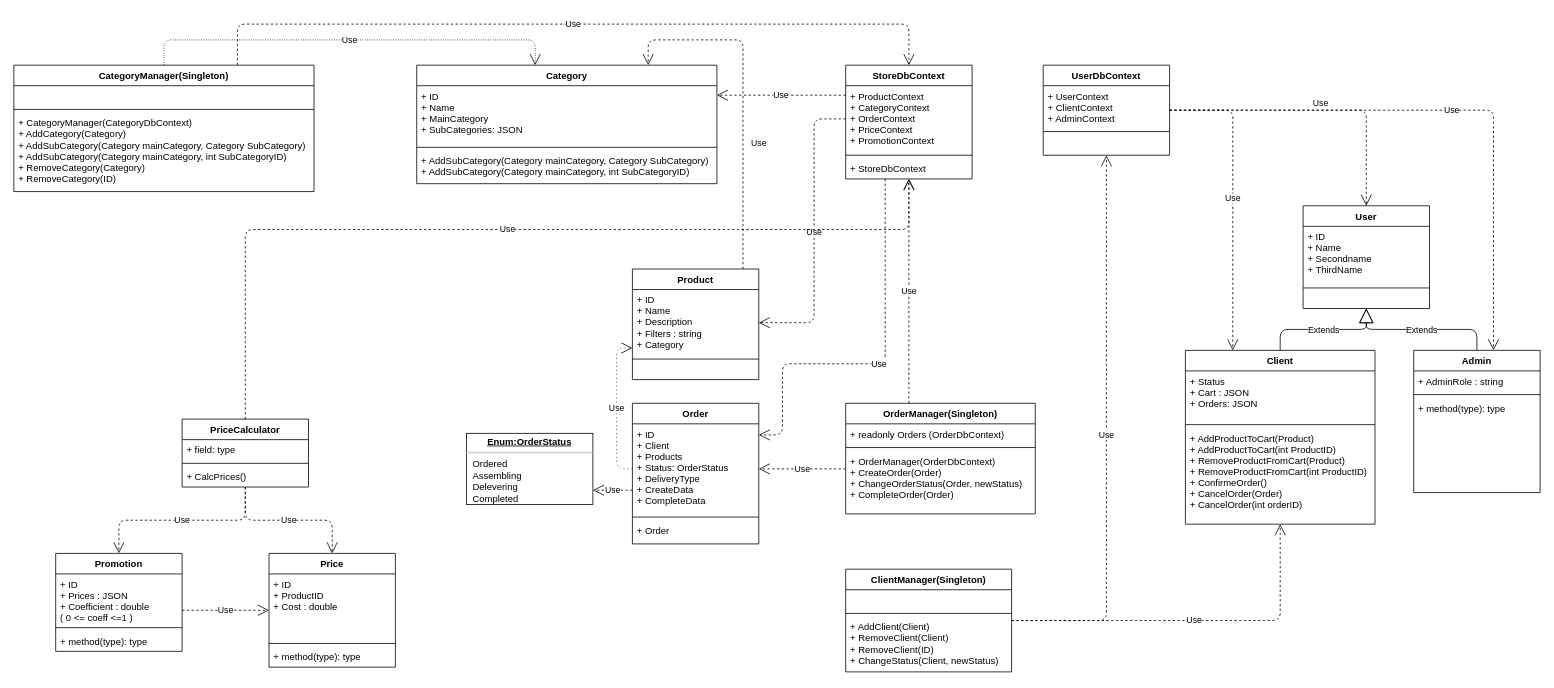
This is UML Diagram.drawio from ArtemGB/AlpakaStore, a draw.io file, before an edit. Source tidied: cells renumbered, new cells numbered last; positions are measured from the earlier drawing's top-left corner, leaving out a move shared by most shapes. Both pictures are drawn from the tidied source at 79%, with x=0, y=0 at pixel (13, 24).
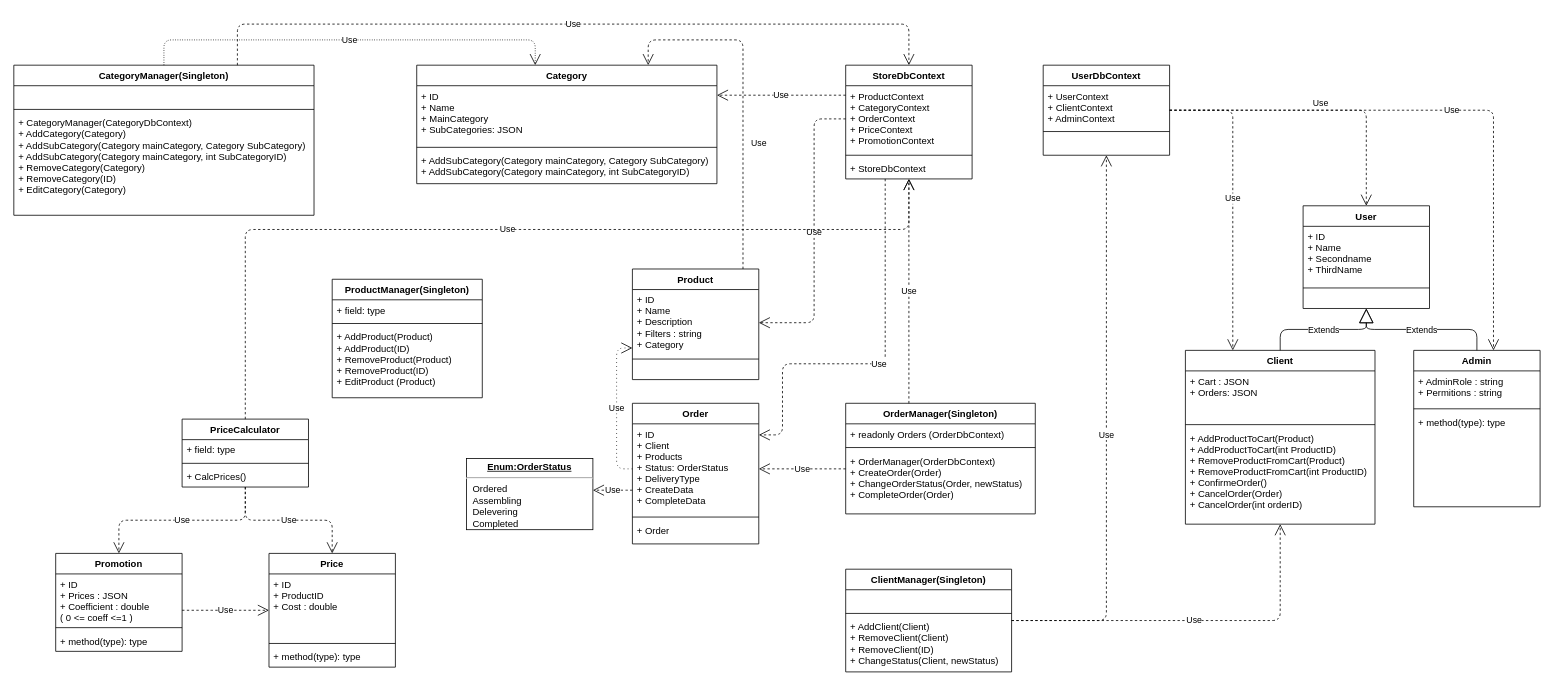
After the change.

The change refers to these unchanged cells:
```xml
<mxCell id="18" value="Client" style="swimlane;fontStyle=1;align=center;verticalAlign=top;horizontal=1;startSize=26;" parent="1" vertex="1">
  <mxGeometry x="1483" y="413" width="240" height="220" as="geometry" />
</mxCell>
```

Diff of the diagram source:
```diff
@@
-    <mxCell id="19" value="+ Status&#10;+ Cart : JSON&#10;+ Orders: JSON" style="text;strokeColor=none;fillColor=none;align=left;verticalAlign=top;spacingLeft=4;spacingRight=4;overflow=hidden;" parent="18" vertex="1">
+    <mxCell id="19" value="+ Cart : JSON&#10;+ Orders: JSON" style="text;strokeColor=none;fillColor=none;align=left;verticalAlign=top;spacingLeft=4;spacingRight=4;overflow=hidden;" parent="18" vertex="1">
       <mxGeometry y="26" width="240" height="64" as="geometry" />
     </mxCell>
@@
     <mxCell id="22" value="Admin" style="swimlane;fontStyle=1;align=center;verticalAlign=top;horizontal=1;startSize=26;" parent="1" vertex="1">
-      <mxGeometry x="1772" y="413" width="160" height="180" as="geometry" />
+      <mxGeometry x="1772" y="413" width="160" height="198" as="geometry" />
     </mxCell>
-    <mxCell id="23" value="+ AdminRole : string" style="text;strokeColor=none;fillColor=none;align=left;verticalAlign=top;spacingLeft=4;spacingRight=4;overflow=hidden;" parent="22" vertex="1">
-      <mxGeometry y="26" width="160" height="26" as="geometry" />
+    <mxCell id="23" value="+ AdminRole : string&#10;+ Permitions : string" style="text;strokeColor=none;fillColor=none;align=left;verticalAlign=top;spacingLeft=4;spacingRight=4;overflow=hidden;" parent="22" vertex="1">
+      <mxGeometry y="26" width="160" height="44" as="geometry" />
     </mxCell>
     <mxCell id="24" style="line;strokeWidth=1;fillColor=none;align=left;verticalAlign=middle;spacingTop=-1;spacingLeft=3;spacingRight=3;labelPosition=right;" parent="22" vertex="1">
-      <mxGeometry y="52" width="160" height="8" as="geometry" />
+      <mxGeometry y="70" width="160" height="8" as="geometry" />
     </mxCell>
     <mxCell id="25" value="+ method(type): type" style="text;strokeColor=none;fillColor=none;align=left;verticalAlign=top;spacingLeft=4;spacingRight=4;overflow=hidden;" parent="22" vertex="1">
-      <mxGeometry y="60" width="160" height="120" as="geometry" />
+      <mxGeometry y="78" width="160" height="120" as="geometry" />
     </mxCell>
@@
     <mxCell id="32" value="&lt;p style=&quot;margin: 0px ; margin-top: 4px ; text-align: center ; text-decoration: underline&quot;&gt;&lt;b&gt;Enum:OrderStatus&lt;/b&gt;&lt;/p&gt;&lt;hr&gt;&lt;p style=&quot;margin: 0px ; margin-left: 8px&quot;&gt;Ordered&lt;br&gt;Assembling&lt;/p&gt;&lt;p style=&quot;margin: 0px ; margin-left: 8px&quot;&gt;Delevering&lt;/p&gt;&lt;p style=&quot;margin: 0px ; margin-left: 8px&quot;&gt;Completed&lt;/p&gt;" style="verticalAlign=top;align=left;overflow=fill;fontSize=12;fontFamily=Helvetica;html=1;" parent="1" vertex="1">
-      <mxGeometry x="573" y="518" width="160" height="90" as="geometry" />
+      <mxGeometry x="573" y="550" width="160" height="90" as="geometry" />
     </mxCell>
@@
     <mxCell id="43" value="CategoryManager(Singleton)" style="swimlane;fontStyle=1;align=center;verticalAlign=top;horizontal=1;startSize=26;" parent="1" vertex="1">
-      <mxGeometry y="52" width="380" height="160" as="geometry" />
+      <mxGeometry y="52" width="380" height="190" as="geometry" />
     </mxCell>
@@
-    <mxCell id="46" value="+ CategoryManager(CategoryDbContext)&#10;+ AddCategory(Category)&#10;+ AddSubCategory(Category mainCategory, Category SubCategory)&#10;+ AddSubCategory(Category mainCategory, int SubCategoryID)&#10;+ RemoveCategory(Category)&#10;+ RemoveCategory(ID)" style="text;strokeColor=none;fillColor=none;align=left;verticalAlign=top;spacingLeft=4;spacingRight=4;overflow=hidden;" parent="43" vertex="1">
-      <mxGeometry y="60" width="380" height="100" as="geometry" />
+    <mxCell id="46" value="+ CategoryManager(CategoryDbContext)&#10;+ AddCategory(Category)&#10;+ AddSubCategory(Category mainCategory, Category SubCategory)&#10;+ AddSubCategory(Category mainCategory, int SubCategoryID)&#10;+ RemoveCategory(Category)&#10;+ RemoveCategory(ID)&#10;+ EditCategory(Category)" style="text;strokeColor=none;fillColor=none;align=left;verticalAlign=top;spacingLeft=4;spacingRight=4;overflow=hidden;" parent="43" vertex="1">
+      <mxGeometry y="60" width="380" height="130" as="geometry" />
     </mxCell>
@@
+    <mxCell id="80" value="ProductManager(Singleton)" style="swimlane;fontStyle=1;align=center;verticalAlign=top;horizontal=1;startSize=26;" parent="1" vertex="1">
+      <mxGeometry x="403" y="323" width="190" height="150" as="geometry" />
+    </mxCell>
+    <mxCell id="81" value="+ field: type" style="text;strokeColor=none;fillColor=none;align=left;verticalAlign=top;spacingLeft=4;spacingRight=4;overflow=hidden;" parent="80" vertex="1">
+      <mxGeometry y="26" width="190" height="26" as="geometry" />
+    </mxCell>
+    <mxCell id="82" style="line;strokeWidth=1;fillColor=none;align=left;verticalAlign=middle;spacingTop=-1;spacingLeft=3;spacingRight=3;labelPosition=right;" parent="80" vertex="1">
+      <mxGeometry y="52" width="190" height="8" as="geometry" />
+    </mxCell>
+    <mxCell id="83" value="+ AddProduct(Product)&#10;+ AddProduct(ID)&#10;+ RemoveProduct(Product)&#10;+ RemoveProduct(ID)&#10;+ EditProduct (Product)" style="text;strokeColor=none;fillColor=none;align=left;verticalAlign=top;spacingLeft=4;spacingRight=4;overflow=hidden;" parent="80" vertex="1">
+      <mxGeometry y="60" width="190" height="90" as="geometry" />
+    </mxCell>
```
